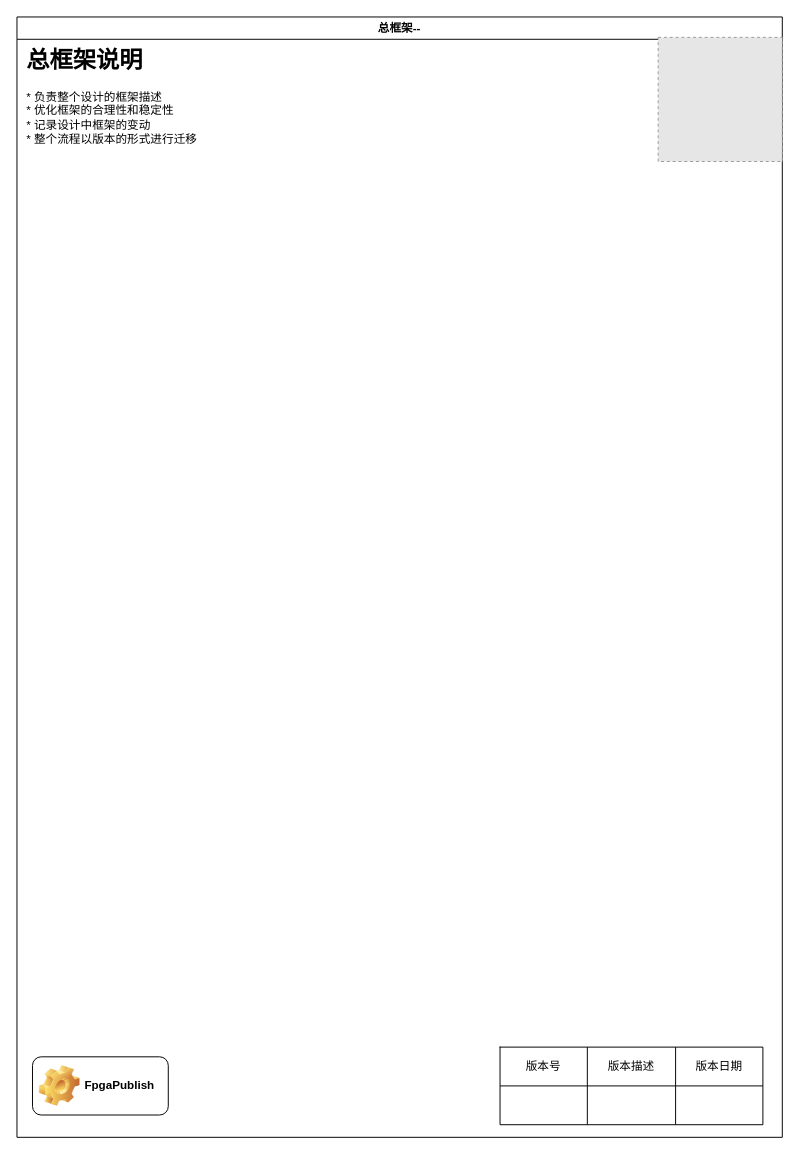
Earlier version of the draw.io diagram page "总框架" (1 of 3) of smart_eye_exec_flow/smart_eye_flow_manual.drawio (FpgaPublish/k2_smart_eye). Source tidied: cells renumbered, new cells numbered last; positions are measured from the earlier drawing's top-left corner, leaving out a move shared by most shapes. Both pictures are drawn from the tidied source at 97%, with x=0, y=0 at pixel (16, 16). Pictures stored in the file or linked from it are replaced by grey dashed boxes.
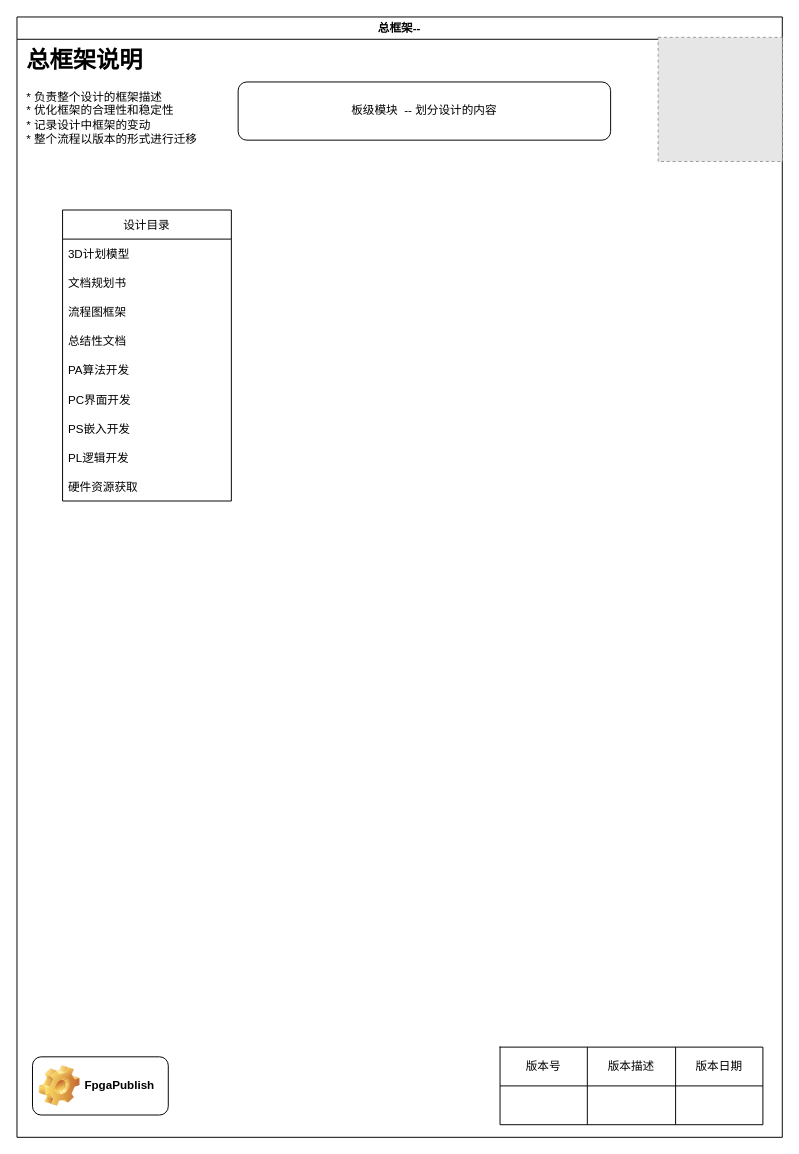
The same page after the edit.

Unchanged cells that the change refers to:
```xml
<mxCell id="2" value="总框架--" style="swimlane;" parent="1" vertex="1">
  <mxGeometry width="789" height="1155" as="geometry" />
</mxCell>
```

What changed in the source:
```diff
@@
+    <mxCell id="15" value="设计目录" style="swimlane;fontStyle=0;horizontal=1;startSize=30;" parent="2" vertex="1">
+      <mxGeometry x="47" y="199" width="174" height="300" as="geometry" />
+    </mxCell>
+    <mxCell id="16" value="3D计划模型" style="text;strokeColor=none;fillColor=none;align=left;verticalAlign=middle;spacingLeft=4;spacingRight=4;overflow=hidden;" parent="15" vertex="1">
+      <mxGeometry y="30" width="174" height="30" as="geometry" />
+    </mxCell>
+    <mxCell id="17" value="文档规划书" style="text;strokeColor=none;fillColor=none;align=left;verticalAlign=middle;spacingLeft=4;spacingRight=4;overflow=hidden;" parent="15" vertex="1">
+      <mxGeometry y="60" width="174" height="30" as="geometry" />
+    </mxCell>
+    <mxCell id="18" value="流程图框架" style="text;strokeColor=none;fillColor=none;align=left;verticalAlign=middle;spacingLeft=4;spacingRight=4;overflow=hidden;" parent="15" vertex="1">
+      <mxGeometry y="90" width="174" height="30" as="geometry" />
+    </mxCell>
+    <mxCell id="19" value="总结性文档" style="text;strokeColor=none;fillColor=none;align=left;verticalAlign=middle;spacingLeft=4;spacingRight=4;overflow=hidden;" parent="15" vertex="1">
+      <mxGeometry y="120" width="174" height="30" as="geometry" />
+    </mxCell>
+    <mxCell id="20" value="PA算法开发" style="text;strokeColor=none;fillColor=none;align=left;verticalAlign=middle;spacingLeft=4;spacingRight=4;overflow=hidden;" parent="15" vertex="1">
+      <mxGeometry y="150" width="174" height="30" as="geometry" />
+    </mxCell>
+    <mxCell id="21" value="PC界面开发" style="text;strokeColor=none;fillColor=none;align=left;verticalAlign=middle;spacingLeft=4;spacingRight=4;overflow=hidden;" parent="15" vertex="1">
+      <mxGeometry y="180" width="174" height="30" as="geometry" />
+    </mxCell>
+    <mxCell id="22" value="PS嵌入开发" style="text;strokeColor=none;fillColor=none;align=left;verticalAlign=middle;spacingLeft=4;spacingRight=4;overflow=hidden;" parent="15" vertex="1">
+      <mxGeometry y="210" width="174" height="30" as="geometry" />
+    </mxCell>
+    <mxCell id="23" value="PL逻辑开发" style="text;strokeColor=none;fillColor=none;align=left;verticalAlign=middle;spacingLeft=4;spacingRight=4;overflow=hidden;" parent="15" vertex="1">
+      <mxGeometry y="240" width="174" height="30" as="geometry" />
+    </mxCell>
+    <mxCell id="24" value="硬件资源获取" style="text;strokeColor=none;fillColor=none;align=left;verticalAlign=middle;spacingLeft=4;spacingRight=4;overflow=hidden;" parent="15" vertex="1">
+      <mxGeometry y="270" width="174" height="30" as="geometry" />
+    </mxCell>
+    <mxCell id="25" value="板级模块&amp;nbsp; -- 划分设计的内容" style="rounded=1;whiteSpace=wrap;html=1;" parent="2" vertex="1">
+      <mxGeometry x="228" y="67" width="384" height="60" as="geometry" />
+    </mxCell>
```
